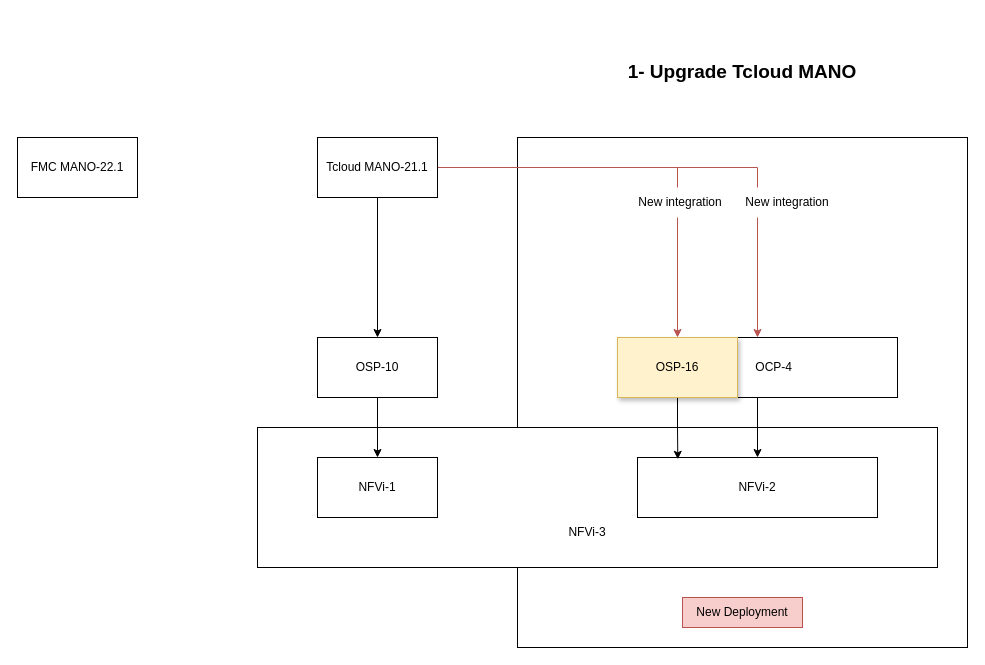
The draw.io diagram page "Page-1" (1 of 2) of main/ nfvi3_mano_21_integration_v1.drawio in fetoh9/draw, before the edit. Source tidied: cells renumbered, new cells numbered last; positions are measured from the earlier drawing's top-left corner, leaving out a move shared by most shapes. Both pictures are drawn from the tidied source at 100%, with x=0, y=0 at pixel (17, 17).
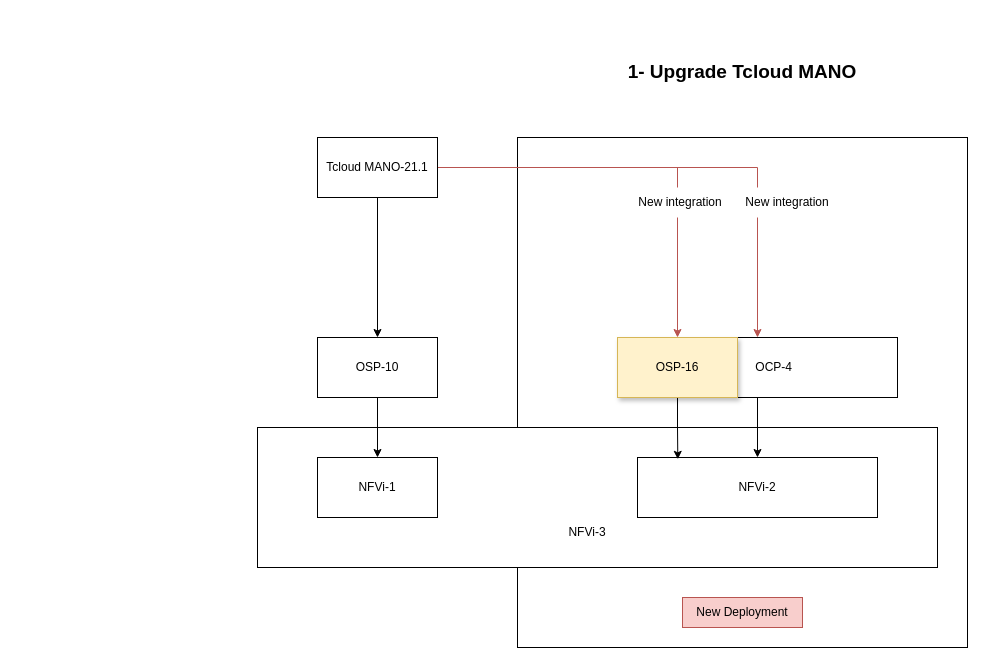
The same page after the edit.

The edit, as a diff of the source:
```diff
@@
-    <mxCell id="20" value="FMC MANO-22.1" style="rounded=0;whiteSpace=wrap;html=1;" parent="1" vertex="1">
-      <mxGeometry y="120" width="120" height="60" as="geometry" />
-    </mxCell>
```
